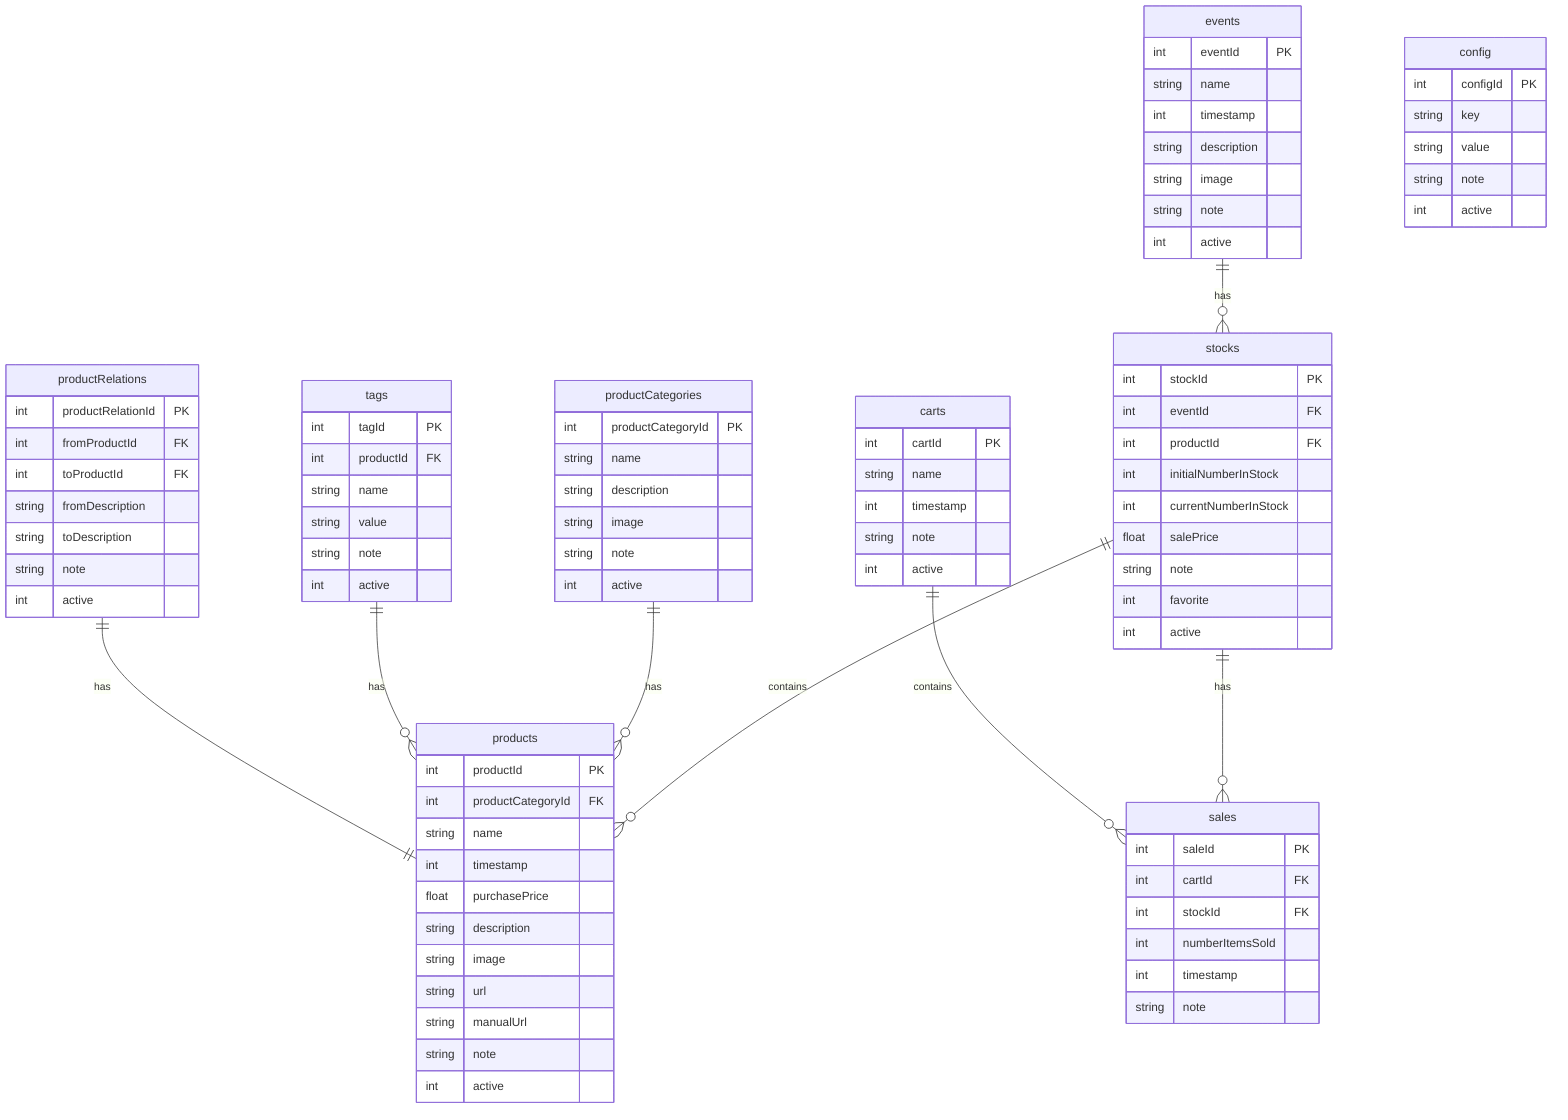
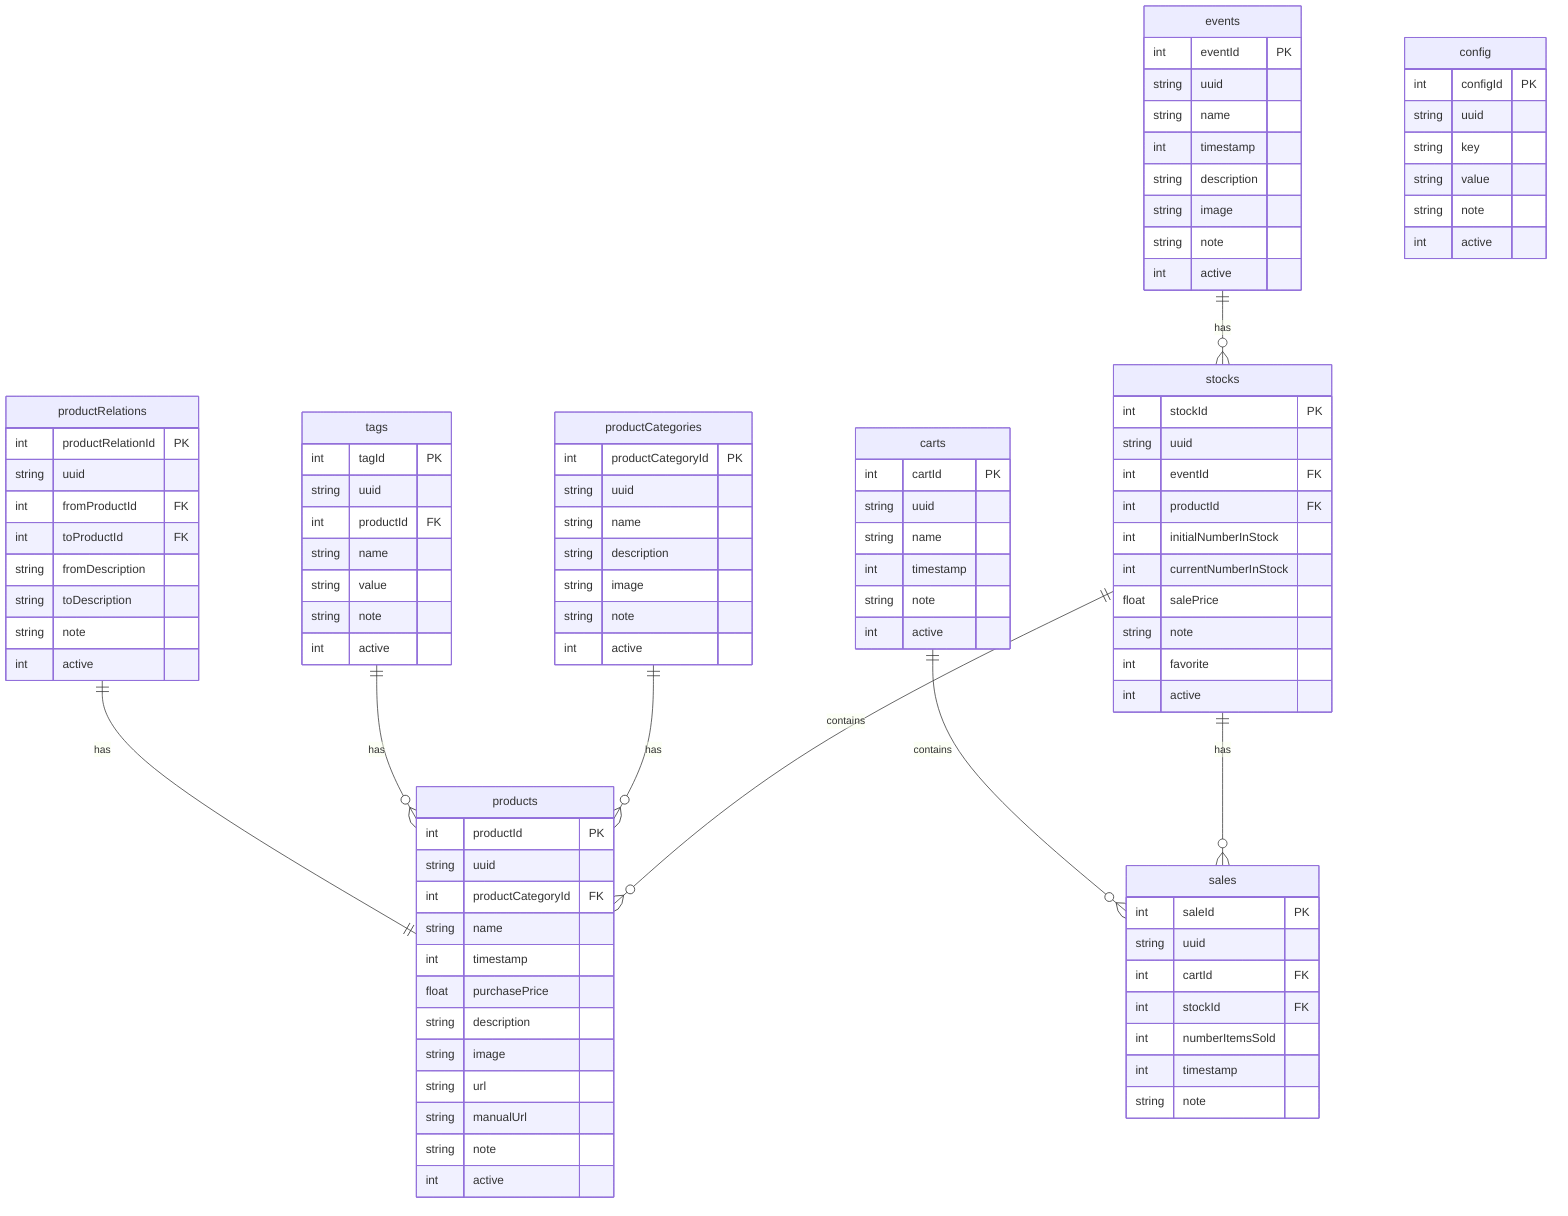
erDiagram
     stocks ||--o{ products : contains
     events ||--o{ stocks : has
     stocks ||--o{ sales : has
     productCategories ||--o{ products : has
     tags ||--o{ products : has
     carts ||--o{ sales : contains
     productRelations ||--|| products : has

     events {
         int eventId PK
+          string uuid
         string name
         int timestamp
         string description
         string image
         string note
         int active
     }

     productCategories {
         int productCategoryId PK
+          string uuid
         string name
         string description
         string image
         string note
         int active
     }

     products {
         int productId PK
+          string uuid
         int productCategoryId FK
         string name
         int timestamp
         float purchasePrice
         string description
         string image
         string url
         string manualUrl
         string note
         int active
     }


     productRelations {
         int productRelationId PK
+          string uuid
         int fromProductId FK
         int toProductId FK
         string fromDescription
         string toDescription
         string note
         int active
     }

     stocks {
         int stockId PK
+          string uuid
         int eventId FK
         int productId FK
         int initialNumberInStock
         int currentNumberInStock
         float salePrice
         string note
         int favorite
         int active
     }

     carts {
         int cartId PK
+          string uuid
         string name
         int timestamp
         string note
         int active
     }

     sales {
         int saleId PK
+          string uuid
         int cartId FK
         int stockId FK
         int numberItemsSold
         int timestamp
         string note
     }

     tags {
         int tagId PK
+          string uuid
         int productId FK
         string name
         string value
         string note
         int active
     }

     config {
         int configId PK
+          string uuid
         string key
         string value
         string note
         int active
     }
